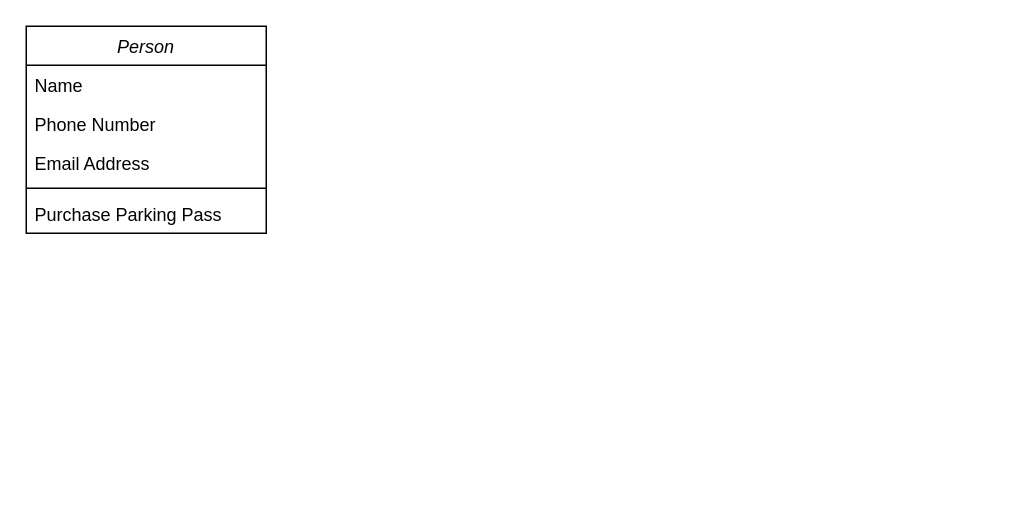
Earlier version of the draw.io diagram class-diagram-exam.drawio (rmastodon0603/itstep_course_uml). Source tidied: cells renumbered, new cells numbered last; positions are measured from the earlier drawing's top-left corner, leaving out a move shared by most shapes. Both pictures are drawn from the tidied source at 150%, with x=0, y=0 at pixel (26, 26).
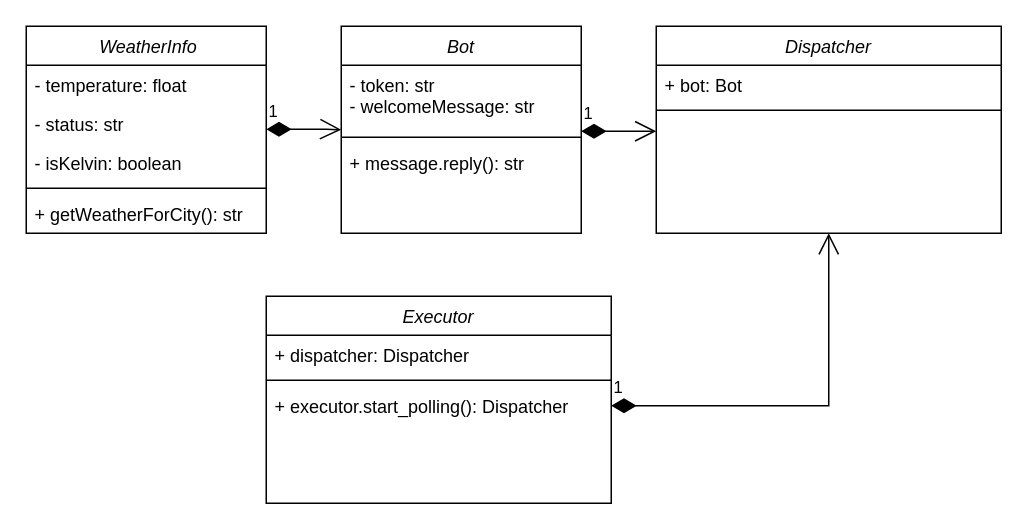
After the change.

The edit, as a diff of the source:
```diff
@@
-    <mxCell id="2" value="Person" style="swimlane;fontStyle=2;align=center;verticalAlign=top;horizontal=1;startSize=26;rounded=0;shadow=0;strokeWidth=1;" parent="1" vertex="1">
+    <mxCell id="2" value=" WeatherInfo" style="swimlane;fontStyle=2;align=center;verticalAlign=top;horizontal=1;startSize=26;rounded=0;shadow=0;strokeWidth=1;" parent="1" vertex="1">
       <mxGeometry width="160" height="138" as="geometry" />
     </mxCell>
-    <mxCell id="3" value="Name" style="text;align=left;verticalAlign=top;spacingLeft=4;spacingRight=4;overflow=hidden;" parent="2" vertex="1">
+    <mxCell id="3" value="- temperature: float" style="text;align=left;verticalAlign=top;spacingLeft=4;spacingRight=4;overflow=hidden;" parent="2" vertex="1">
       <mxGeometry y="26" width="160" height="26" as="geometry" />
     </mxCell>
-    <mxCell id="4" value="Phone Number" style="text;align=left;verticalAlign=top;spacingLeft=4;spacingRight=4;overflow=hidden;rounded=0;shadow=0;html=0;" parent="2" vertex="1">
+    <mxCell id="4" value="- status: str" style="text;align=left;verticalAlign=top;spacingLeft=4;spacingRight=4;overflow=hidden;rounded=0;shadow=0;html=0;" parent="2" vertex="1">
       <mxGeometry y="52" width="160" height="26" as="geometry" />
     </mxCell>
-    <mxCell id="5" value="Email Address" style="text;align=left;verticalAlign=top;spacingLeft=4;spacingRight=4;overflow=hidden;rounded=0;shadow=0;html=0;" parent="2" vertex="1">
+    <mxCell id="5" value="- isKelvin: boolean" style="text;align=left;verticalAlign=top;spacingLeft=4;spacingRight=4;overflow=hidden;rounded=0;shadow=0;html=0;" parent="2" vertex="1">
       <mxGeometry y="78" width="160" height="26" as="geometry" />
     </mxCell>
@@
-    <mxCell id="7" value="Purchase Parking Pass" style="text;align=left;verticalAlign=top;spacingLeft=4;spacingRight=4;overflow=hidden;" parent="2" vertex="1">
+    <mxCell id="7" value="+ getWeatherForCity(): str" style="text;align=left;verticalAlign=top;spacingLeft=4;spacingRight=4;overflow=hidden;" parent="2" vertex="1">
       <mxGeometry y="112" width="160" height="26" as="geometry" />
     </mxCell>
+    <mxCell id="8" value="Bot" style="swimlane;fontStyle=2;align=center;verticalAlign=top;horizontal=1;startSize=26;rounded=0;shadow=0;strokeWidth=1;" parent="1" vertex="1">
+      <mxGeometry x="210" width="160" height="138" as="geometry" />
+    </mxCell>
+    <mxCell id="9" value="- token: str&#10;- welcomeMessage: str" style="text;align=left;verticalAlign=top;spacingLeft=4;spacingRight=4;overflow=hidden;" parent="8" vertex="1">
+      <mxGeometry y="26" width="160" height="44" as="geometry" />
+    </mxCell>
+    <mxCell id="10" style="line;html=1;strokeWidth=1;align=left;verticalAlign=middle;spacingTop=-1;spacingLeft=3;spacingRight=3;labelPosition=right;" parent="8" vertex="1">
+      <mxGeometry y="70" width="160" height="8" as="geometry" />
+    </mxCell>
+    <mxCell id="11" value="+ message.reply(): str" style="text;align=left;verticalAlign=top;spacingLeft=4;spacingRight=4;overflow=hidden;" parent="8" vertex="1">
+      <mxGeometry y="78" width="160" height="26" as="geometry" />
+    </mxCell>
+    <mxCell id="12" value="Dispatcher" style="swimlane;fontStyle=2;align=center;verticalAlign=top;horizontal=1;startSize=26;rounded=0;shadow=0;strokeWidth=1;" parent="1" vertex="1">
+      <mxGeometry x="420" width="230" height="138" as="geometry" />
+    </mxCell>
+    <mxCell id="13" value="+ bot: Bot" style="text;align=left;verticalAlign=top;spacingLeft=4;spacingRight=4;overflow=hidden;" parent="12" vertex="1">
+      <mxGeometry y="26" width="230" height="26" as="geometry" />
+    </mxCell>
+    <mxCell id="14" style="line;html=1;strokeWidth=1;align=left;verticalAlign=middle;spacingTop=-1;spacingLeft=3;spacingRight=3;labelPosition=right;" parent="12" vertex="1">
+      <mxGeometry y="52" width="230" height="8" as="geometry" />
+    </mxCell>
+    <mxCell id="15" value="1" style="endArrow=open;html=1;endSize=12;startArrow=diamondThin;startSize=14;startFill=1;edgeStyle=orthogonalEdgeStyle;align=left;verticalAlign=bottom;rounded=0;" parent="1" edge="1">
+      <mxGeometry x="-1" y="3" relative="1" as="geometry">
+        <mxPoint x="370" y="70" as="sourcePoint" />
+        <mxPoint x="420" y="70" as="targetPoint" />
+      </mxGeometry>
+    </mxCell>
+    <mxCell id="16" value="1" style="endArrow=open;html=1;endSize=12;startArrow=diamondThin;startSize=14;startFill=1;edgeStyle=orthogonalEdgeStyle;align=left;verticalAlign=bottom;rounded=0;" parent="1" edge="1">
+      <mxGeometry x="-1" y="3" relative="1" as="geometry">
+        <mxPoint x="160" y="68.7" as="sourcePoint" />
+        <mxPoint x="210" y="69" as="targetPoint" />
+        <Array as="points">
+          <mxPoint x="200" y="69" />
+          <mxPoint x="200" y="69" />
+        </Array>
+      </mxGeometry>
+    </mxCell>
+    <mxCell id="17" value="Executor" style="swimlane;fontStyle=2;align=center;verticalAlign=top;horizontal=1;startSize=26;rounded=0;shadow=0;strokeWidth=1;" parent="1" vertex="1">
+      <mxGeometry x="160" y="180" width="230" height="138" as="geometry" />
+    </mxCell>
+    <mxCell id="18" value="+ dispatcher: Dispatcher" style="text;align=left;verticalAlign=top;spacingLeft=4;spacingRight=4;overflow=hidden;" parent="17" vertex="1">
+      <mxGeometry y="26" width="230" height="26" as="geometry" />
+    </mxCell>
+    <mxCell id="19" style="line;html=1;strokeWidth=1;align=left;verticalAlign=middle;spacingTop=-1;spacingLeft=3;spacingRight=3;labelPosition=right;" parent="17" vertex="1">
+      <mxGeometry y="52" width="230" height="8" as="geometry" />
+    </mxCell>
+    <mxCell id="20" value="+ executor.start_polling(): Dispatcher" style="text;align=left;verticalAlign=top;spacingLeft=4;spacingRight=4;overflow=hidden;points=[[0,0.5],[1,0.5]];portConstraint=eastwest;" parent="17" vertex="1">
+      <mxGeometry y="60" width="230" height="26" as="geometry" />
+    </mxCell>
+    <mxCell id="21" value="1" style="endArrow=open;html=1;endSize=12;startArrow=diamondThin;startSize=14;startFill=1;edgeStyle=orthogonalEdgeStyle;align=left;verticalAlign=bottom;rounded=0;entryX=0.5;entryY=1;entryDx=0;entryDy=0;" parent="1" edge="1" source="20" target="12">
+      <mxGeometry x="-1" y="3" relative="1" as="geometry" />
+    </mxCell>
```
